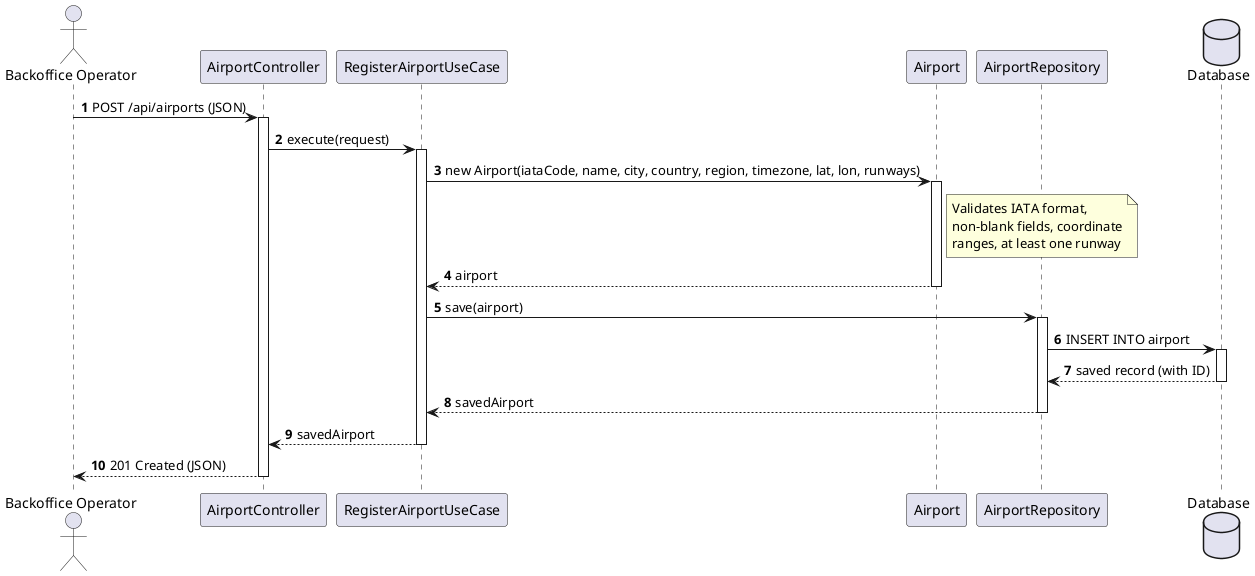
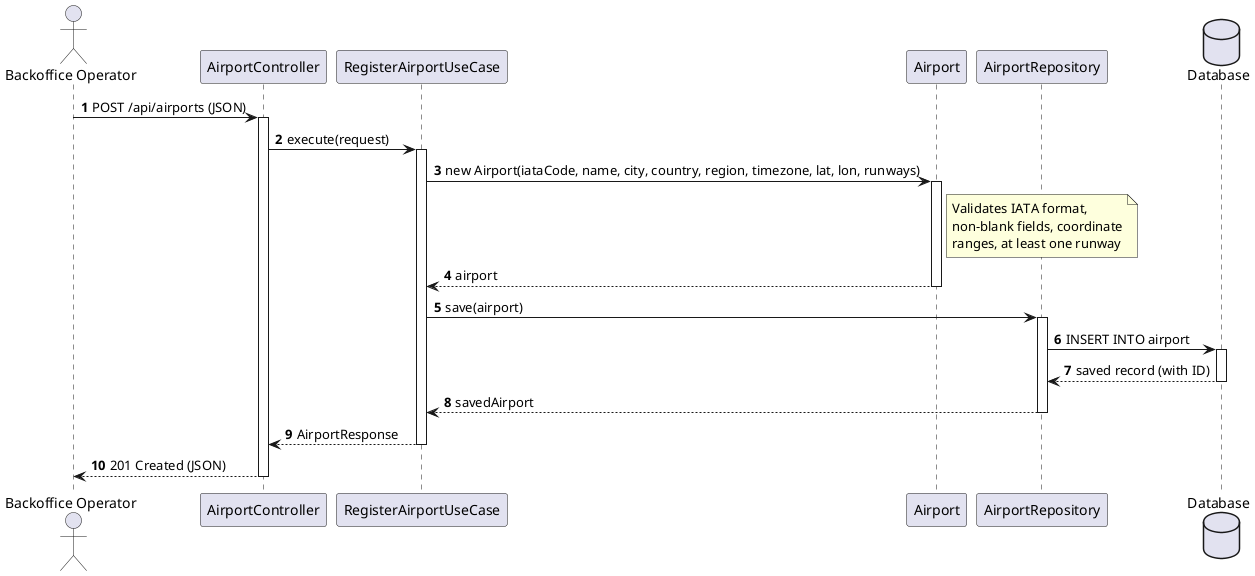
@startuml
autonumber
actor "Backoffice Operator" as BO
participant "AirportController" as Ctrl
participant "RegisterAirportUseCase" as UC
participant "Airport" as Entity
participant "AirportRepository" as Repo
database "Database" as DB

BO -> Ctrl : POST /api/airports (JSON)
activate Ctrl

Ctrl -> UC : execute(request)
activate UC

UC -> Entity : new Airport(iataCode, name, city, country, region, timezone, lat, lon, runways)
activate Entity
note right of Entity : Validates IATA format,\nnon-blank fields, coordinate\nranges, at least one runway
Entity --> UC : airport
deactivate Entity

UC -> Repo : save(airport)
activate Repo
Repo -> DB : INSERT INTO airport
activate DB
DB --> Repo : saved record (with ID)
deactivate DB
Repo --> UC : savedAirport
deactivate Repo

- UC --> Ctrl : savedAirport
+ UC --> Ctrl : AirportResponse
deactivate UC

Ctrl --> BO : 201 Created (JSON)
deactivate Ctrl
@enduml
